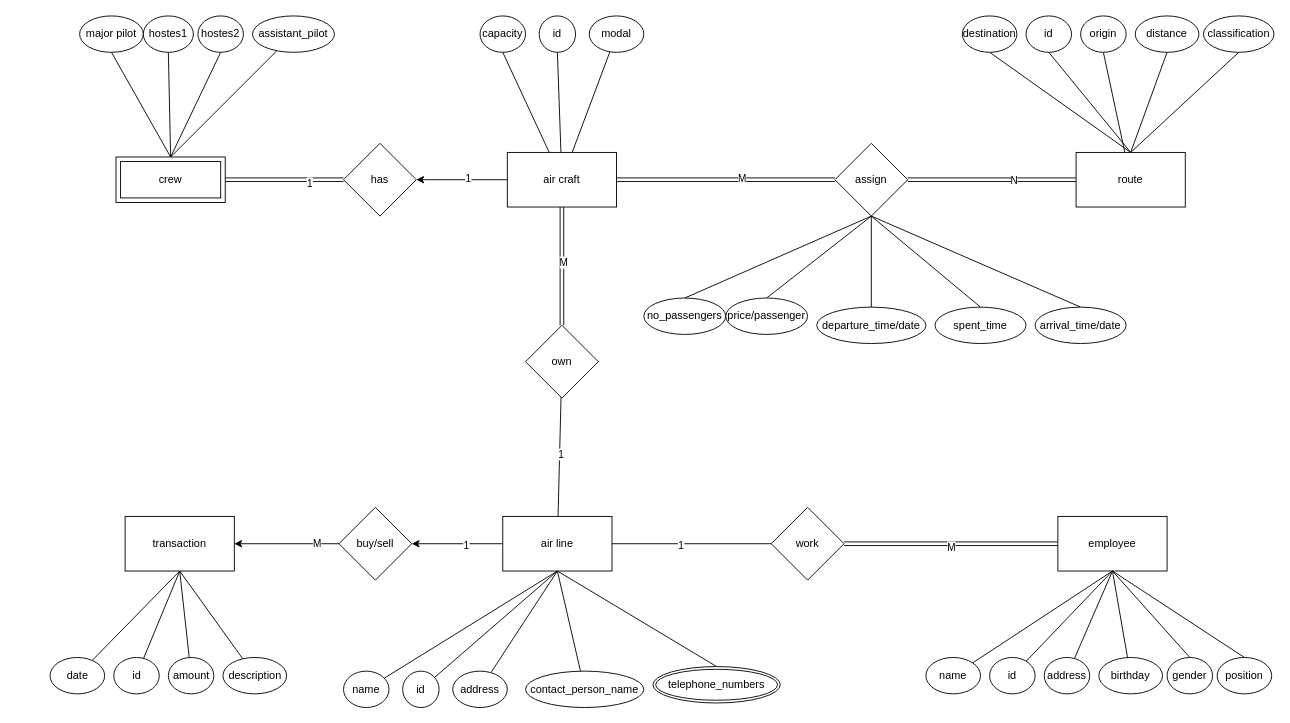
This is Day15/airlines.drawio from PeterTorki/full-stack-mearn-tasks, a draw.io file, before an edit. Source tidied: cells renumbered, new cells numbered last; positions are measured from the earlier drawing's top-left corner, leaving out a move shared by most shapes. Both pictures are drawn from the tidied source at 91%, with x=0, y=0 at pixel (50, 15).
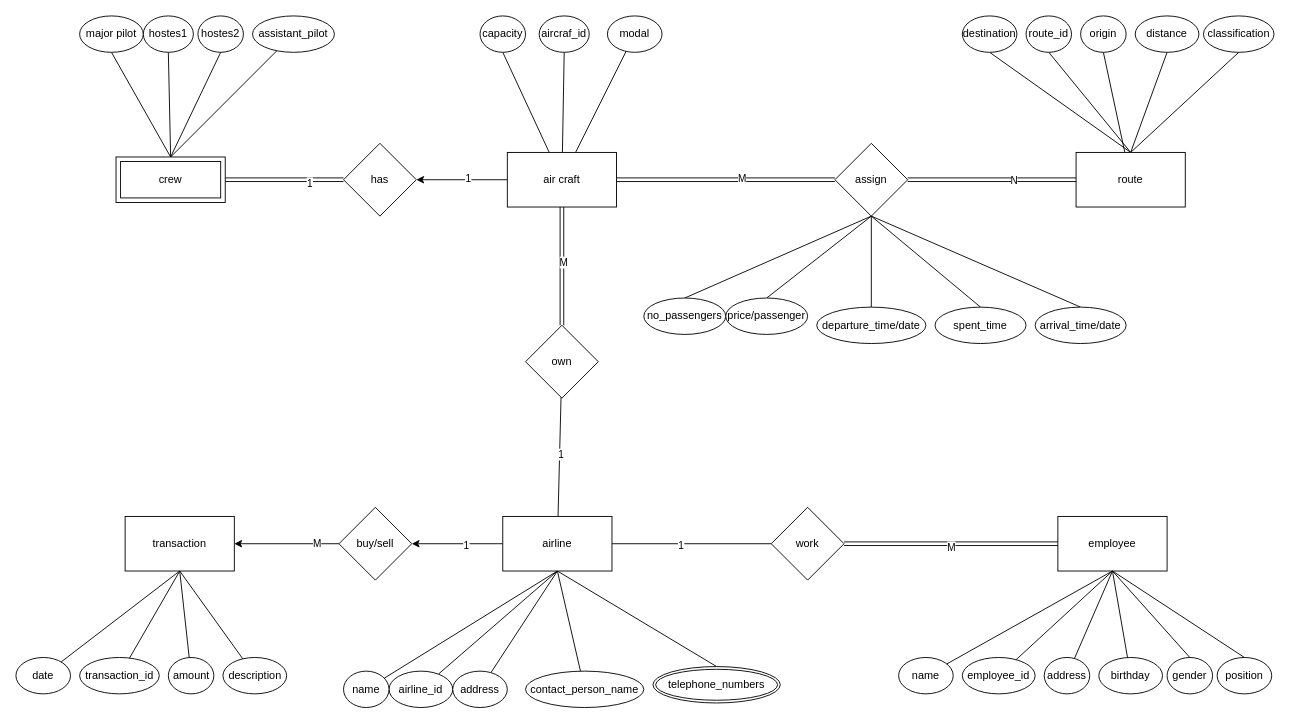
After the change.

Diff of the diagram source:
```diff
@@
-    <mxCell id="10" value="air line" style="rounded=0;whiteSpace=wrap;html=1;" parent="1" vertex="1">
+    <mxCell id="10" value="airline" style="rounded=0;whiteSpace=wrap;html=1;" parent="1" vertex="1">
       <mxGeometry x="497" y="550" width="120" height="60" as="geometry" />
     </mxCell>
-    <mxCell id="11" value="id" style="ellipse;whiteSpace=wrap;html=1;rounded=0;" parent="1" vertex="1">
-      <mxGeometry x="387" y="720" width="40" height="40" as="geometry" />
+    <mxCell id="11" value="airline_id" style="ellipse;whiteSpace=wrap;html=1;rounded=0;" parent="1" vertex="1">
+      <mxGeometry x="372" y="720" width="70" height="40" as="geometry" />
     </mxCell>
@@
-    <mxCell id="22" value="id" style="ellipse;whiteSpace=wrap;html=1;rounded=0;" parent="1" vertex="1">
-      <mxGeometry x="1032" y="705" width="50" height="40" as="geometry" />
+    <mxCell id="22" value="employee_id" style="ellipse;whiteSpace=wrap;html=1;rounded=0;" parent="1" vertex="1">
+      <mxGeometry x="1002" y="705" width="80" height="40" as="geometry" />
     </mxCell>
     <mxCell id="23" value="name" style="ellipse;whiteSpace=wrap;html=1;rounded=0;" parent="1" vertex="1">
-      <mxGeometry x="962" y="705" width="60" height="40" as="geometry" />
+      <mxGeometry x="932" y="705" width="60" height="40" as="geometry" />
     </mxCell>
@@
-    <mxCell id="41" value="id" style="ellipse;whiteSpace=wrap;html=1;rounded=0;" parent="1" vertex="1">
-      <mxGeometry x="537" width="40" height="40" as="geometry" />
+    <mxCell id="41" value="aircraf_id" style="ellipse;whiteSpace=wrap;html=1;rounded=0;" parent="1" vertex="1">
+      <mxGeometry x="537" width="55" height="40" as="geometry" />
     </mxCell>
     <mxCell id="42" value="modal" style="ellipse;whiteSpace=wrap;html=1;rounded=0;" parent="1" vertex="1">
-      <mxGeometry x="592" width="60" height="40" as="geometry" />
+      <mxGeometry x="612" width="60" height="40" as="geometry" />
     </mxCell>
@@
-    <mxCell id="49" value="id" style="ellipse;whiteSpace=wrap;html=1;rounded=0;" parent="1" vertex="1">
+    <mxCell id="49" value="route_id" style="ellipse;whiteSpace=wrap;html=1;rounded=0;" parent="1" vertex="1">
       <mxGeometry x="1072" width="50" height="40" as="geometry" />
     </mxCell>
@@
-    <mxCell id="56" value="id" style="ellipse;whiteSpace=wrap;html=1;rounded=0;" parent="1" vertex="1">
-      <mxGeometry x="69.5" y="705" width="50" height="40" as="geometry" />
+    <mxCell id="56" value="transaction_id" style="ellipse;whiteSpace=wrap;html=1;rounded=0;" parent="1" vertex="1">
+      <mxGeometry x="32" y="705" width="87.5" height="40" as="geometry" />
     </mxCell>
     <mxCell id="57" value="date" style="ellipse;whiteSpace=wrap;html=1;rounded=0;" parent="1" vertex="1">
-      <mxGeometry x="-0.5" y="705" width="60" height="40" as="geometry" />
+      <mxGeometry x="-38" y="705" width="60" height="40" as="geometry" />
     </mxCell>
```
